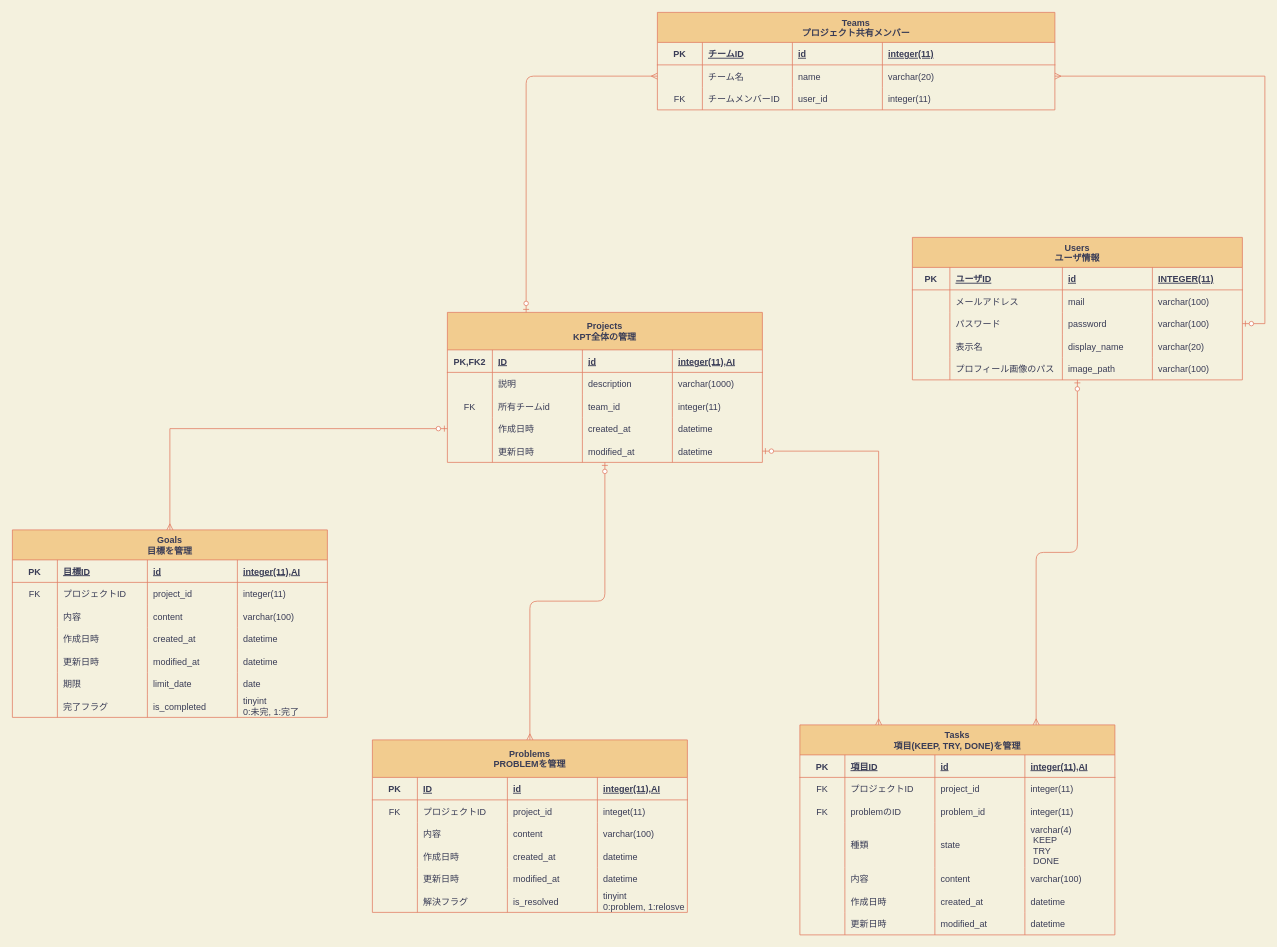
This is database_er_diagram.drawio from nanas773/kpt-design, a draw.io file, before an edit. Source tidied: cells renumbered, new cells numbered last; positions are measured from the earlier drawing's top-left corner, leaving out a move shared by most shapes. Both pictures are drawn from the tidied source at 75%, with x=0, y=0 at pixel (12, 12).
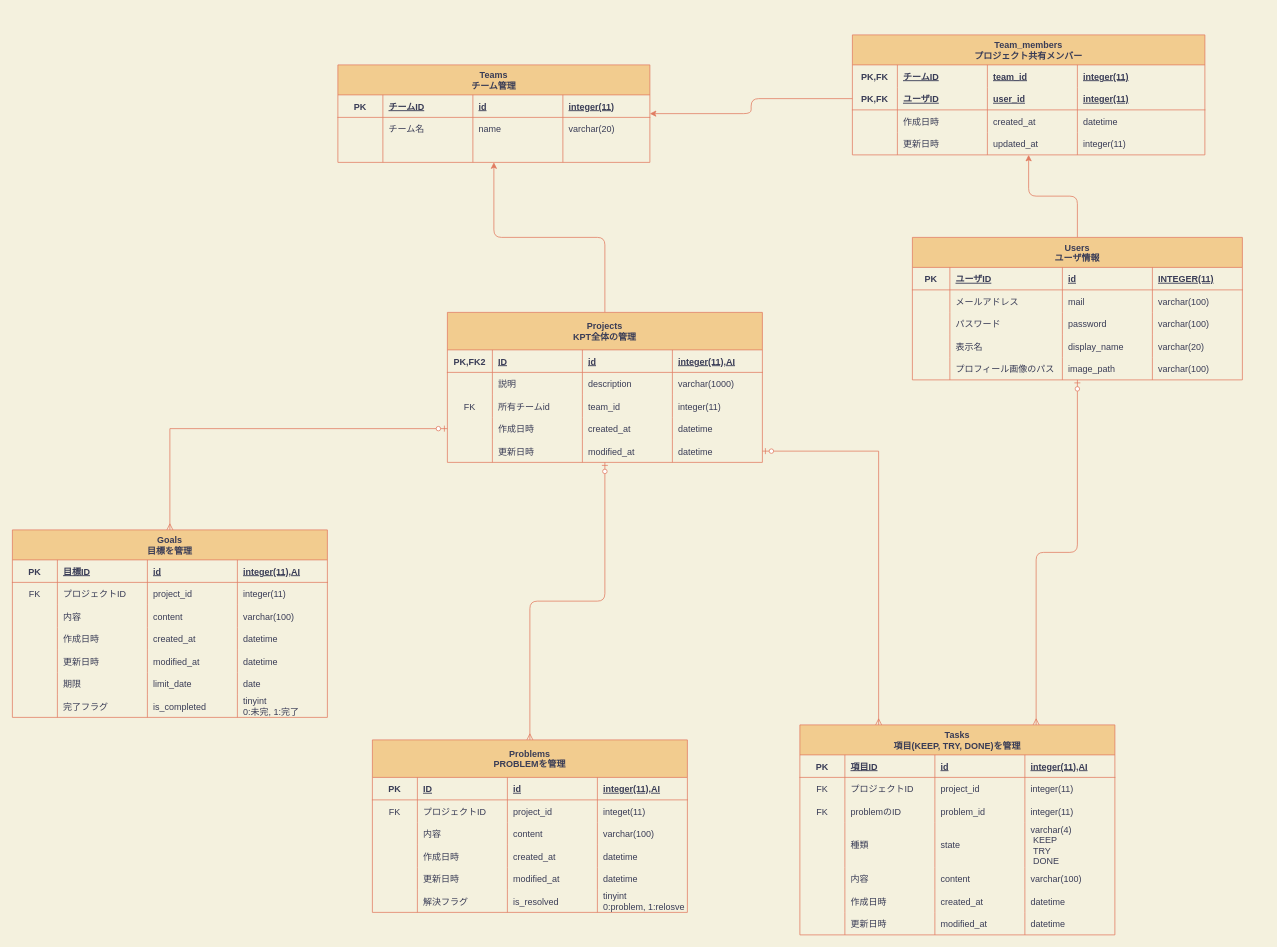
Above is the later version.

Commit message:
Add: Team_membersテーブルの作成

The change refers to these unchanged cells:
```xml
<mxCell id="4" value="Users&#10;ユーザ情報" style="shape=table;startSize=40;childLayout=tableLayout;rowLines=0;fontStyle=1;align=center;rounded=0;sketch=0;strokeColor=#E07A5F;fillColor=#F2CC8F;fontColor=#393C56;" parent="1" vertex="1">
  <mxGeometry x="1200" y="300" width="440" height="190" as="geometry" />
</mxCell>
<mxCell id="15" style="shape=partialRectangle;fillColor=none;top=0;left=0;bottom=0;right=0;points=[[0,0.5],[1,0.5]];portConstraint=eastwest;strokeColor=#E07A5F;fontColor=#393C56;" parent="4" vertex="1">
  <mxGeometry y="100" width="440" height="30" as="geometry" />
</mxCell>
<mxCell id="48" value="Tasks&#10;項目(KEEP, TRY, DONE)を管理" style="shape=table;startSize=40;childLayout=tableLayout;rowLines=0;fontStyle=1;align=center;fillColor=#F2CC8F;strokeColor=#E07A5F;fontColor=#393C56;" parent="1" vertex="1">
  <mxGeometry x="1050" y="950" width="420" height="280" as="geometry" />
</mxCell>
<mxCell id="84" value="Problems&#10;PROBLEMを管理" style="shape=table;startSize=50;childLayout=tableLayout;rowLines=0;fontStyle=1;align=center;fillColor=#F2CC8F;strokeColor=#E07A5F;fontColor=#393C56;" parent="1" vertex="1">
  <mxGeometry x="480" y="970" width="420" height="230" as="geometry" />
</mxCell>
<mxCell id="116" value="Projects&#10;KPT全体の管理" style="shape=table;startSize=50;childLayout=tableLayout;rowLines=0;fontStyle=1;align=center;fillColor=#F2CC8F;strokeColor=#E07A5F;fontColor=#393C56;" parent="1" vertex="1">
  <mxGeometry x="580" y="400" width="420" height="200" as="geometry" />
</mxCell>
<mxCell id="137" style="shape=partialRectangle;fillColor=none;top=0;left=0;bottom=0;right=0;points=[[0,0.5],[1,0.5]];portConstraint=eastwest;strokeColor=#E07A5F;fontColor=#393C56;" parent="116" vertex="1">
  <mxGeometry y="170" width="420" height="30" as="geometry" />
</mxCell>
```

What changed in the source:
```diff
@@
-    <mxCell id="3" style="edgeStyle=orthogonalEdgeStyle;curved=0;rounded=1;sketch=0;jettySize=auto;html=1;entryX=0.75;entryY=0;entryDx=0;entryDy=0;startArrow=ERzeroToOne;startFill=1;endArrow=ERmany;endFill=0;strokeColor=#E07A5F;fillColor=#F2CC8F;fontColor=#393C56;" parent="1" edge="1" source="4" target="48">
+    <mxCell id="3" style="edgeStyle=orthogonalEdgeStyle;curved=0;rounded=1;sketch=0;jettySize=auto;html=1;entryX=0.75;entryY=0;entryDx=0;entryDy=0;startArrow=ERzeroToOne;startFill=1;endArrow=ERmany;endFill=0;strokeColor=#E07A5F;fillColor=#F2CC8F;fontColor=#393C56;labelBackgroundColor=#F4F1DE;" parent="1" edge="1" source="4" target="48">
       <mxGeometry relative="1" as="geometry" />
     </mxCell>
+    <mxCell id="186" style="edgeStyle=orthogonalEdgeStyle;curved=0;rounded=1;sketch=0;jettySize=auto;html=1;exitX=0.5;exitY=0;exitDx=0;exitDy=0;strokeColor=#E07A5F;fillColor=#F2CC8F;fontColor=#393C56;" parent="1" edge="1" source="4" target="188">
+      <mxGeometry relative="1" as="geometry" />
+    </mxCell>
@@
-    <mxCell id="31" value="Teams&#10;プロジェクト共有メンバー" style="shape=table;startSize=40;childLayout=tableLayout;rowLines=0;fontStyle=1;align=center;rounded=0;sketch=0;strokeColor=#E07A5F;fillColor=#F2CC8F;fontColor=#393C56;" parent="1" vertex="1">
-      <mxGeometry x="860" width="530" height="130" as="geometry" />
+    <mxCell id="31" value="Teams&#10;チーム管理" style="shape=table;startSize=40;childLayout=tableLayout;rowLines=0;fontStyle=1;align=center;rounded=0;sketch=0;strokeColor=#E07A5F;fillColor=#F2CC8F;fontColor=#393C56;" parent="1" vertex="1">
+      <mxGeometry x="434" y="70" width="416" height="130" as="geometry" />
     </mxCell>
     <mxCell id="32" style="shape=partialRectangle;fillColor=none;top=0;left=0;bottom=1;right=0;strokeColor=#E07A5F;fontColor=#393C56;" parent="31" vertex="1">
-      <mxGeometry y="40" width="530" height="30" as="geometry" />
+      <mxGeometry y="40" width="416" height="30" as="geometry" />
     </mxCell>
@@
     <mxCell id="36" value="integer(11)" style="shape=partialRectangle;fillColor=none;top=0;left=0;bottom=0;right=0;align=left;spacingLeft=6;fontStyle=5;overflow=hidden;strokeColor=#E07A5F;fontColor=#393C56;" parent="32" vertex="1">
-      <mxGeometry x="300" width="230" height="30" as="geometry" />
+      <mxGeometry x="300" width="116" height="30" as="geometry" />
     </mxCell>
     <mxCell id="37" style="shape=partialRectangle;fillColor=none;top=0;left=0;bottom=0;right=0;points=[[0,0.5],[1,0.5]];portConstraint=eastwest;strokeColor=#E07A5F;fontColor=#393C56;" parent="31" vertex="1">
-      <mxGeometry y="70" width="530" height="30" as="geometry" />
+      <mxGeometry y="70" width="416" height="30" as="geometry" />
     </mxCell>
@@
     <mxCell id="41" value="varchar(20)" style="shape=partialRectangle;fillColor=none;top=0;left=0;bottom=0;right=0;align=left;spacingLeft=6;overflow=hidden;strokeColor=#E07A5F;fontColor=#393C56;" parent="37" vertex="1">
-      <mxGeometry x="300" width="230" height="30" as="geometry" />
+      <mxGeometry x="300" width="116" height="30" as="geometry" />
     </mxCell>
     <mxCell id="42" style="shape=partialRectangle;fillColor=none;top=0;left=0;bottom=0;right=0;strokeColor=#E07A5F;fontColor=#393C56;" parent="31" vertex="1">
-      <mxGeometry y="100" width="530" height="30" as="geometry" />
+      <mxGeometry y="100" width="416" height="30" as="geometry" />
     </mxCell>
-    <mxCell id="43" value="FK" style="shape=partialRectangle;fillColor=none;top=0;left=0;bottom=0;right=0;overflow=hidden;strokeColor=#E07A5F;fontColor=#393C56;" parent="42" vertex="1">
+    <mxCell id="43" style="shape=partialRectangle;fillColor=none;top=0;left=0;bottom=0;right=0;overflow=hidden;strokeColor=#E07A5F;fontColor=#393C56;" parent="42" vertex="1">
       <mxGeometry width="60" height="30" as="geometry" />
     </mxCell>
-    <mxCell id="44" value="チームメンバーID" style="shape=partialRectangle;fillColor=none;top=0;left=0;bottom=0;right=0;align=left;spacingLeft=6;overflow=hidden;strokeColor=#E07A5F;fontColor=#393C56;" parent="42" vertex="1">
+    <mxCell id="44" style="shape=partialRectangle;fillColor=none;top=0;left=0;bottom=0;right=0;align=left;spacingLeft=6;overflow=hidden;strokeColor=#E07A5F;fontColor=#393C56;" parent="42" vertex="1">
       <mxGeometry x="60" width="120" height="30" as="geometry" />
     </mxCell>
-    <mxCell id="45" value="user_id" style="shape=partialRectangle;fillColor=none;top=0;left=0;bottom=0;right=0;align=left;spacingLeft=6;overflow=hidden;strokeColor=#E07A5F;fontColor=#393C56;" parent="42" vertex="1">
+    <mxCell id="45" style="shape=partialRectangle;fillColor=none;top=0;left=0;bottom=0;right=0;align=left;spacingLeft=6;overflow=hidden;strokeColor=#E07A5F;fontColor=#393C56;" parent="42" vertex="1">
       <mxGeometry x="180" width="120" height="30" as="geometry" />
     </mxCell>
-    <mxCell id="46" value="integer(11)" style="shape=partialRectangle;fillColor=none;top=0;left=0;bottom=0;right=0;align=left;spacingLeft=6;overflow=hidden;strokeColor=#E07A5F;fontColor=#393C56;" parent="42" vertex="1">
-      <mxGeometry x="300" width="230" height="30" as="geometry" />
+    <mxCell id="46" style="shape=partialRectangle;fillColor=none;top=0;left=0;bottom=0;right=0;align=left;spacingLeft=6;overflow=hidden;strokeColor=#E07A5F;fontColor=#393C56;" parent="42" vertex="1">
+      <mxGeometry x="300" width="116" height="30" as="geometry" />
     </mxCell>
-    <mxCell id="47" style="edgeStyle=orthogonalEdgeStyle;rounded=0;jettySize=auto;html=1;exitX=1;exitY=0.5;exitDx=0;exitDy=0;entryX=1;entryY=0.5;entryDx=0;entryDy=0;strokeColor=#E07A5F;endArrow=ERmany;endFill=0;startArrow=ERzeroToOne;startFill=1;fontColor=#393C56;labelBackgroundColor=#F4F1DE;" parent="1" edge="1" source="15" target="37">
-      <mxGeometry relative="1" as="geometry">
-        <Array as="points">
-          <mxPoint x="1670" y="415" />
-          <mxPoint x="1670" y="85" />
-        </Array>
-      </mxGeometry>
-    </mxCell>
@@
-    <mxCell id="115" style="edgeStyle=orthogonalEdgeStyle;curved=0;rounded=1;sketch=0;jettySize=auto;html=1;entryX=0.5;entryY=0;entryDx=0;entryDy=0;startArrow=ERzeroToOne;startFill=1;endArrow=ERmany;endFill=0;strokeColor=#E07A5F;fillColor=#F2CC8F;fontColor=#393C56;" parent="1" edge="1" source="116" target="84">
+    <mxCell id="115" style="edgeStyle=orthogonalEdgeStyle;curved=0;rounded=1;sketch=0;jettySize=auto;html=1;entryX=0.5;entryY=0;entryDx=0;entryDy=0;startArrow=ERzeroToOne;startFill=1;endArrow=ERmany;endFill=0;strokeColor=#E07A5F;fillColor=#F2CC8F;fontColor=#393C56;labelBackgroundColor=#F4F1DE;" parent="1" edge="1" source="116" target="84">
       <mxGeometry relative="1" as="geometry" />
     </mxCell>
+    <mxCell id="187" style="edgeStyle=orthogonalEdgeStyle;curved=0;rounded=1;sketch=0;jettySize=auto;html=1;exitX=0.5;exitY=0;exitDx=0;exitDy=0;strokeColor=#E07A5F;fillColor=#F2CC8F;fontColor=#393C56;" parent="1" edge="1" source="116" target="31">
+      <mxGeometry relative="1" as="geometry" />
+    </mxCell>
@@
-    <mxCell id="184" style="edgeStyle=orthogonalEdgeStyle;rounded=0;jettySize=auto;html=1;exitX=1;exitY=0.5;exitDx=0;exitDy=0;entryX=0.25;entryY=0;entryDx=0;entryDy=0;labelBackgroundColor=#F4F1DE;strokeColor=#E07A5F;fontColor=#393C56;endArrow=ERmany;endFill=0;startArrow=ERzeroToOne;startFill=1;" parent="1" edge="1" source="137" target="48">
+    <mxCell id="184" style="edgeStyle=orthogonalEdgeStyle;rounded=0;jettySize=auto;html=1;exitX=1;exitY=0.5;exitDx=0;exitDy=0;entryX=0.25;entryY=0;entryDx=0;entryDy=0;strokeColor=#E07A5F;fontColor=#393C56;endArrow=ERmany;endFill=0;startArrow=ERzeroToOne;startFill=1;labelBackgroundColor=#F4F1DE;" parent="1" edge="1" source="137" target="48">
       <mxGeometry relative="1" as="geometry" />
     </mxCell>
-    <mxCell id="185" style="edgeStyle=orthogonalEdgeStyle;curved=0;rounded=1;sketch=0;jettySize=auto;html=1;exitX=0;exitY=0.5;exitDx=0;exitDy=0;entryX=0.25;entryY=0;entryDx=0;entryDy=0;strokeColor=#E07A5F;fillColor=#F2CC8F;fontColor=#393C56;startArrow=ERmany;startFill=0;endArrow=ERzeroToOne;endFill=1;" parent="1" edge="1" source="37" target="116">
-      <mxGeometry relative="1" as="geometry" />
-    </mxCell>
+    <mxCell id="188" value="Team_members&#10;プロジェクト共有メンバー" style="shape=table;startSize=40;childLayout=tableLayout;rowLines=0;fontStyle=1;align=center;rounded=0;sketch=0;strokeColor=#E07A5F;fillColor=#F2CC8F;fontColor=#393C56;" parent="1" vertex="1">
+      <mxGeometry x="1120" y="30" width="470" height="160" as="geometry" />
+    </mxCell>
+    <mxCell id="189" style="shape=partialRectangle;fillColor=none;top=0;left=0;bottom=1;right=0;fontColor=#393C56;strokeColor=none;" parent="188" vertex="1">
+      <mxGeometry y="40" width="470" height="30" as="geometry" />
+    </mxCell>
+    <mxCell id="190" value="PK,FK" style="shape=partialRectangle;fillColor=none;top=0;left=0;bottom=0;right=0;fontStyle=1;overflow=hidden;strokeColor=#E07A5F;fontColor=#393C56;" parent="189" vertex="1">
+      <mxGeometry width="60" height="30" as="geometry" />
+    </mxCell>
+    <mxCell id="191" value="チームID" style="shape=partialRectangle;fillColor=none;top=0;left=0;bottom=0;right=0;align=left;spacingLeft=6;fontStyle=5;overflow=hidden;strokeColor=#E07A5F;fontColor=#393C56;" parent="189" vertex="1">
+      <mxGeometry x="60" width="120" height="30" as="geometry" />
+    </mxCell>
+    <mxCell id="192" value="team_id" style="shape=partialRectangle;fillColor=none;top=0;left=0;bottom=0;right=0;align=left;spacingLeft=6;fontStyle=5;overflow=hidden;strokeColor=#E07A5F;fontColor=#393C56;" parent="189" vertex="1">
+      <mxGeometry x="180" width="120" height="30" as="geometry" />
+    </mxCell>
+    <mxCell id="193" value="integer(11)" style="shape=partialRectangle;fillColor=none;top=0;left=0;bottom=0;right=0;align=left;spacingLeft=6;fontStyle=5;overflow=hidden;fontColor=#393C56;strokeColor=#E07A5F;" parent="189" vertex="1">
+      <mxGeometry x="300" width="170" height="30" as="geometry" />
+    </mxCell>
+    <mxCell id="194" style="shape=partialRectangle;fillColor=none;top=0;left=0;bottom=1;right=0;points=[[0,0.5],[1,0.5]];portConstraint=eastwest;strokeColor=#E07A5F;fontColor=#393C56;" parent="188" vertex="1">
+      <mxGeometry y="70" width="470" height="30" as="geometry" />
+    </mxCell>
+    <mxCell id="195" value="PK,FK" style="shape=partialRectangle;fillColor=none;top=0;left=0;bottom=0;right=0;fontStyle=1;overflow=hidden;strokeColor=#E07A5F;fontColor=#393C56;" parent="194" vertex="1">
+      <mxGeometry width="60" height="30" as="geometry" />
+    </mxCell>
+    <mxCell id="196" value="ユーザID" style="shape=partialRectangle;fillColor=none;top=0;left=0;bottom=0;right=0;align=left;spacingLeft=6;fontStyle=5;overflow=hidden;strokeColor=#E07A5F;fontColor=#393C56;" parent="194" vertex="1">
+      <mxGeometry x="60" width="120" height="30" as="geometry" />
+    </mxCell>
+    <mxCell id="197" value="user_id" style="shape=partialRectangle;fillColor=none;top=0;left=0;bottom=0;right=0;align=left;spacingLeft=6;fontStyle=5;overflow=hidden;strokeColor=#E07A5F;fontColor=#393C56;" parent="194" vertex="1">
+      <mxGeometry x="180" width="120" height="30" as="geometry" />
+    </mxCell>
+    <mxCell id="198" value="integer(11)" style="shape=partialRectangle;fillColor=none;top=0;left=0;bottom=0;right=0;align=left;spacingLeft=6;fontStyle=5;overflow=hidden;strokeColor=#E07A5F;fontColor=#393C56;" parent="194" vertex="1">
+      <mxGeometry x="300" width="170" height="30" as="geometry" />
+    </mxCell>
+    <mxCell id="199" style="shape=partialRectangle;fillColor=none;top=0;left=0;bottom=0;right=0;strokeColor=#E07A5F;fontColor=#393C56;" parent="188" vertex="1">
+      <mxGeometry y="100" width="470" height="30" as="geometry" />
+    </mxCell>
+    <mxCell id="200" style="shape=partialRectangle;fillColor=none;top=0;left=0;bottom=0;right=0;overflow=hidden;strokeColor=#E07A5F;fontColor=#393C56;" parent="199" vertex="1">
+      <mxGeometry width="60" height="30" as="geometry" />
+    </mxCell>
+    <mxCell id="201" value="作成日時" style="shape=partialRectangle;fillColor=none;top=0;left=0;bottom=0;right=0;align=left;spacingLeft=6;overflow=hidden;strokeColor=#E07A5F;fontColor=#393C56;" parent="199" vertex="1">
+      <mxGeometry x="60" width="120" height="30" as="geometry" />
+    </mxCell>
+    <mxCell id="202" value="created_at" style="shape=partialRectangle;fillColor=none;top=0;left=0;bottom=0;right=0;align=left;spacingLeft=6;overflow=hidden;strokeColor=#E07A5F;fontColor=#393C56;" parent="199" vertex="1">
+      <mxGeometry x="180" width="120" height="30" as="geometry" />
+    </mxCell>
+    <mxCell id="203" value="datetime" style="shape=partialRectangle;fillColor=none;top=0;left=0;bottom=0;right=0;align=left;spacingLeft=6;overflow=hidden;strokeColor=#E07A5F;fontColor=#393C56;" parent="199" vertex="1">
+      <mxGeometry x="300" width="170" height="30" as="geometry" />
+    </mxCell>
+    <mxCell id="204" style="shape=partialRectangle;fillColor=none;top=0;left=0;bottom=0;right=0;strokeColor=#E07A5F;fontColor=#393C56;" parent="188" vertex="1">
+      <mxGeometry y="130" width="470" height="30" as="geometry" />
+    </mxCell>
+    <mxCell id="205" style="shape=partialRectangle;fillColor=none;top=0;left=0;bottom=0;right=0;overflow=hidden;strokeColor=#E07A5F;fontColor=#393C56;" parent="204" vertex="1">
+      <mxGeometry width="60" height="30" as="geometry" />
+    </mxCell>
+    <mxCell id="206" value="更新日時" style="shape=partialRectangle;fillColor=none;top=0;left=0;bottom=0;right=0;align=left;spacingLeft=6;overflow=hidden;strokeColor=#E07A5F;fontColor=#393C56;" parent="204" vertex="1">
+      <mxGeometry x="60" width="120" height="30" as="geometry" />
+    </mxCell>
+    <mxCell id="207" value="updated_at" style="shape=partialRectangle;fillColor=none;top=0;left=0;bottom=0;right=0;align=left;spacingLeft=6;overflow=hidden;strokeColor=#E07A5F;fontColor=#393C56;" parent="204" vertex="1">
+      <mxGeometry x="180" width="120" height="30" as="geometry" />
+    </mxCell>
+    <mxCell id="208" value="integer(11)" style="shape=partialRectangle;fillColor=none;top=0;left=0;bottom=0;right=0;align=left;spacingLeft=6;overflow=hidden;strokeColor=#E07A5F;fontColor=#393C56;" parent="204" vertex="1">
+      <mxGeometry x="300" width="170" height="30" as="geometry" />
+    </mxCell>
+    <mxCell id="209" style="edgeStyle=orthogonalEdgeStyle;curved=0;rounded=1;sketch=0;jettySize=auto;html=1;exitX=0;exitY=0.5;exitDx=0;exitDy=0;strokeColor=#E07A5F;fillColor=#F2CC8F;fontColor=#393C56;" parent="1" edge="1" source="194" target="31">
+      <mxGeometry relative="1" as="geometry" />
+    </mxCell>
```
